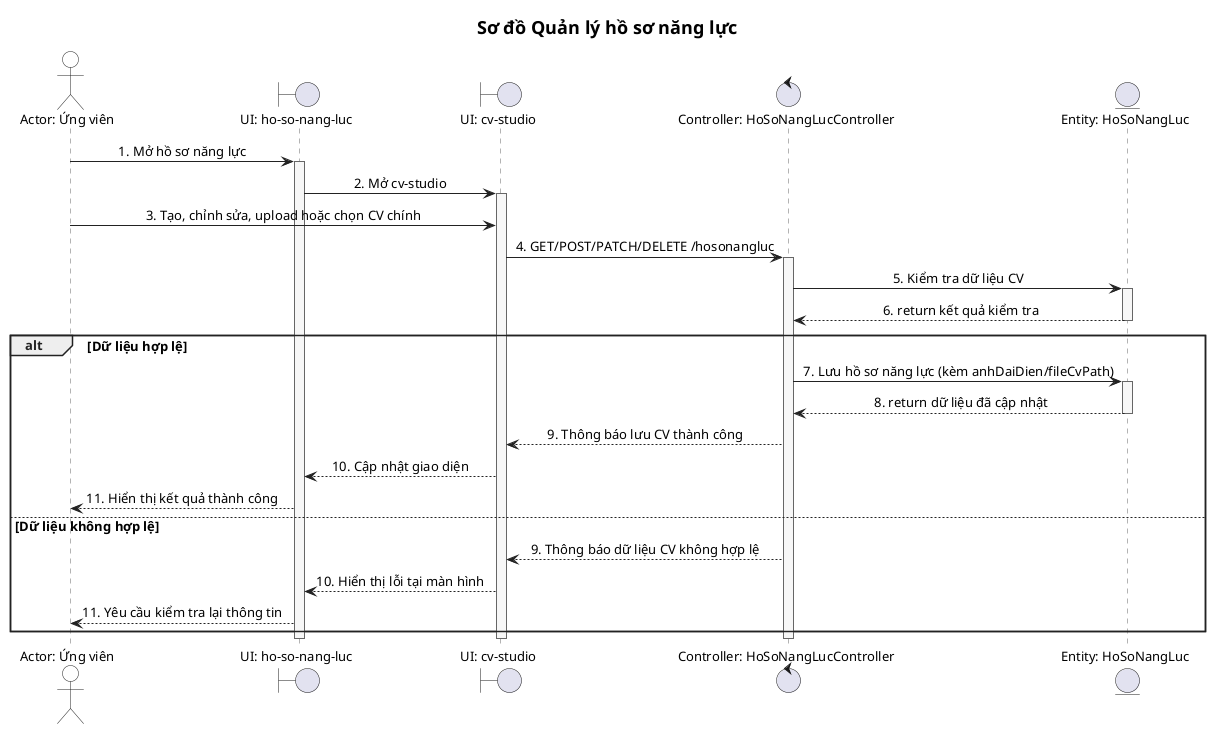
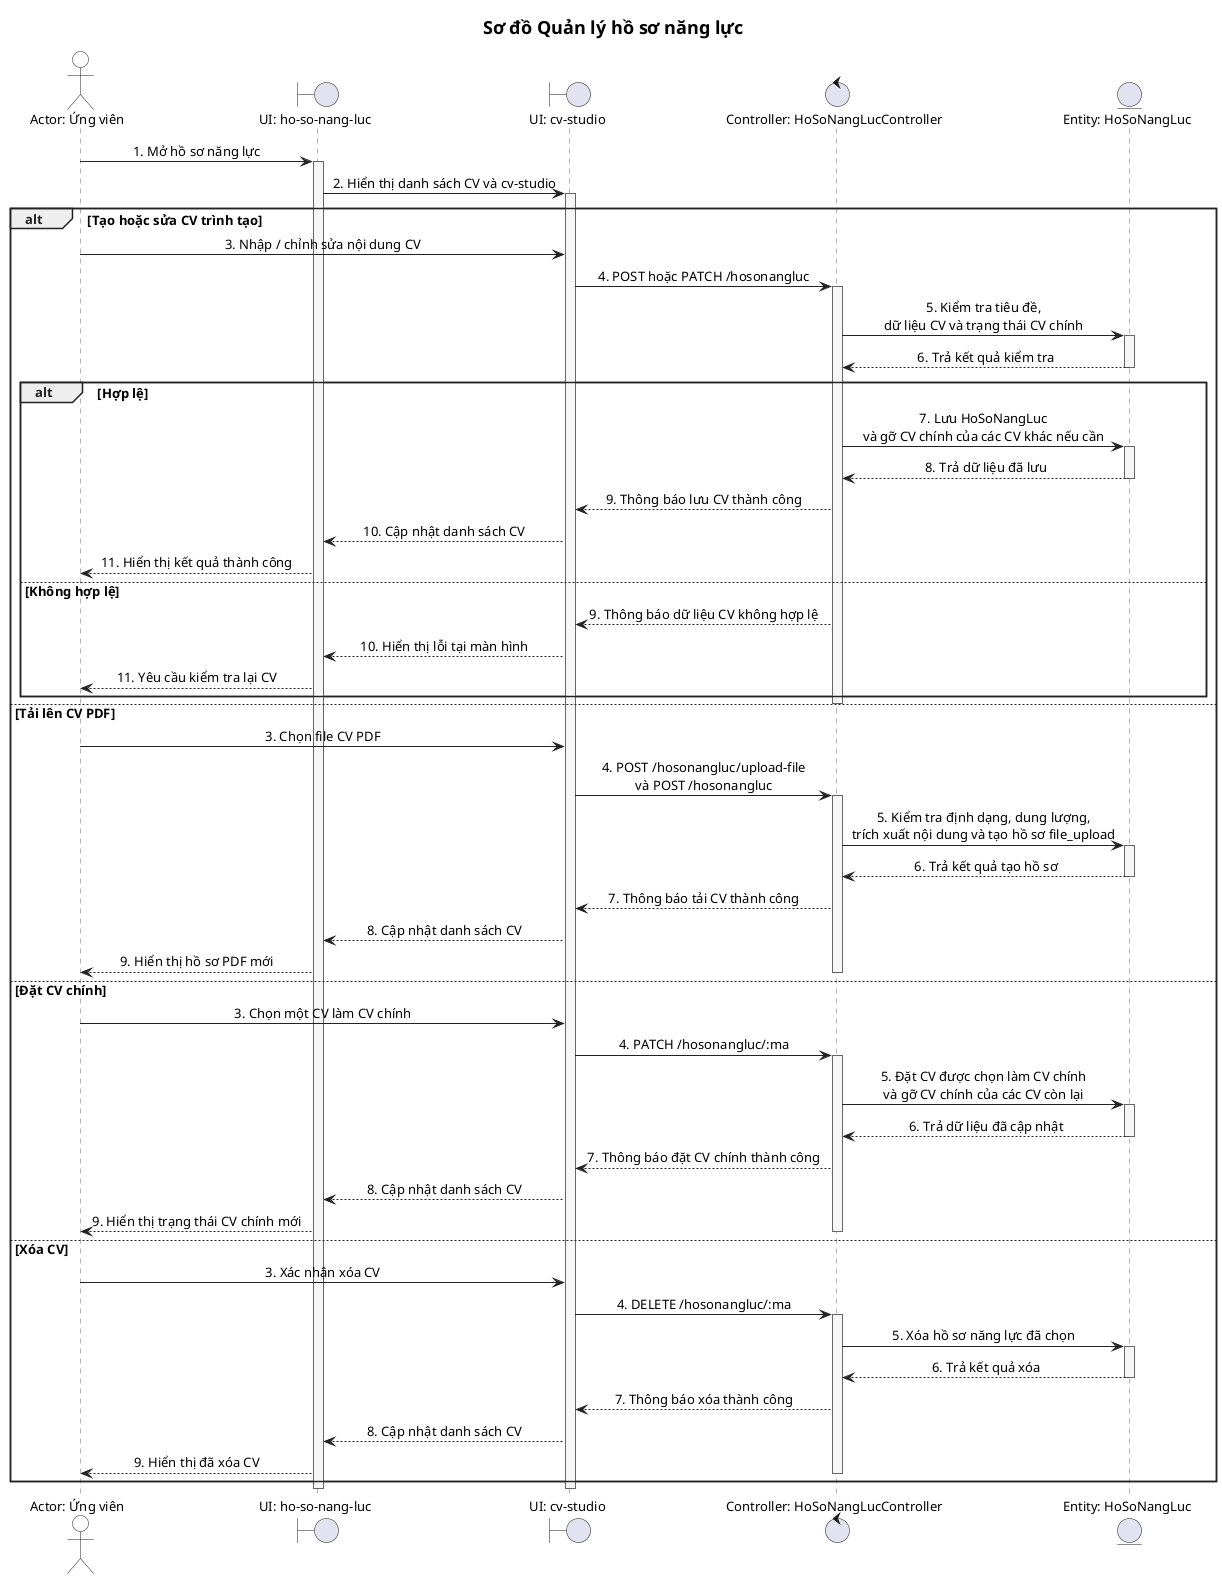
@startuml
skinparam defaultFontName "Segoe UI"
skinparam titleFontName "Segoe UI"
skinparam defaultFontSize 13
skinparam titleFontSize 18
skinparam shadowing false
skinparam linetype ortho
skinparam sequenceMessageAlign center
skinparam sequence {
  ArrowColor #222222
  LifeLineBorderColor #666666
  LifeLineBackgroundColor #F7F7F7
  ParticipantBorderColor #222222
  ParticipantBackgroundColor White
  ActorBorderColor #222222
  ActorBackgroundColor White
  BoxBorderColor #888888
  GroupBorderColor #222222
  GroupHeaderFontColor #222222
}
title Sơ đồ Quản lý hồ sơ năng lực

actor "Actor: Ứng viên" as Actor
boundary "UI: ho-so-nang-luc" as UI
- boundary "UI: cv-studio" as Form
+ boundary "UI: cv-studio" as Studio
control "Controller: HoSoNangLucController" as Controller
- entity "Entity: HoSoNangLuc" as MainEntity
+ entity "Entity: HoSoNangLuc" as HoSoNangLuc

Actor -> UI : 1. Mở hồ sơ năng lực
activate UI
- UI -> Form : 2. Mở cv-studio
- activate Form
- Actor -> Form : 3. Tạo, chỉnh sửa, upload hoặc chọn CV chính
- Form -> Controller : 4. GET/POST/PATCH/DELETE /hosonangluc
- activate Controller
- Controller -> MainEntity : 5. Kiểm tra dữ liệu CV
- activate MainEntity
- MainEntity --> Controller : 6. return kết quả kiểm tra
- deactivate MainEntity
+ UI -> Studio : 2. Hiển thị danh sách CV và cv-studio
+ activate Studio

- alt Dữ liệu hợp lệ
-   Controller -> MainEntity : 7. Lưu hồ sơ năng lực (kèm anhDaiDien/fileCvPath)
-   activate MainEntity
-   MainEntity --> Controller : 8. return dữ liệu đã cập nhật
-   deactivate MainEntity
-   Controller --> Form : 9. Thông báo lưu CV thành công
-   Form --> UI : 10. Cập nhật giao diện
-   UI --> Actor : 11. Hiển thị kết quả thành công
- else Dữ liệu không hợp lệ
-   Controller --> Form : 9. Thông báo dữ liệu CV không hợp lệ
-   Form --> UI : 10. Hiển thị lỗi tại màn hình
-   UI --> Actor : 11. Yêu cầu kiểm tra lại thông tin
+ alt Tạo hoặc sửa CV trình tạo
+   Actor -> Studio : 3. Nhập / chỉnh sửa nội dung CV
+   Studio -> Controller : 4. POST hoặc PATCH /hosonangluc
+   activate Controller
+   Controller -> HoSoNangLuc : 5. Kiểm tra tiêu đề,\ndữ liệu CV và trạng thái CV chính
+   activate HoSoNangLuc
+   HoSoNangLuc --> Controller : 6. Trả kết quả kiểm tra
+   deactivate HoSoNangLuc
+   alt Hợp lệ
+     Controller -> HoSoNangLuc : 7. Lưu HoSoNangLuc\nvà gỡ CV chính của các CV khác nếu cần
+     activate HoSoNangLuc
+     HoSoNangLuc --> Controller : 8. Trả dữ liệu đã lưu
+     deactivate HoSoNangLuc
+     Controller --> Studio : 9. Thông báo lưu CV thành công
+     Studio --> UI : 10. Cập nhật danh sách CV
+     UI --> Actor : 11. Hiển thị kết quả thành công
+   else Không hợp lệ
+     Controller --> Studio : 9. Thông báo dữ liệu CV không hợp lệ
+     Studio --> UI : 10. Hiển thị lỗi tại màn hình
+     UI --> Actor : 11. Yêu cầu kiểm tra lại CV
+   end
+   deactivate Controller
+ 
+ else Tải lên CV PDF
+   Actor -> Studio : 3. Chọn file CV PDF
+   Studio -> Controller : 4. POST /hosonangluc/upload-file\nvà POST /hosonangluc
+   activate Controller
+   Controller -> HoSoNangLuc : 5. Kiểm tra định dạng, dung lượng,\ntrích xuất nội dung và tạo hồ sơ file_upload
+   activate HoSoNangLuc
+   HoSoNangLuc --> Controller : 6. Trả kết quả tạo hồ sơ
+   deactivate HoSoNangLuc
+   Controller --> Studio : 7. Thông báo tải CV thành công
+   Studio --> UI : 8. Cập nhật danh sách CV
+   UI --> Actor : 9. Hiển thị hồ sơ PDF mới
+   deactivate Controller
+ 
+ else Đặt CV chính
+   Actor -> Studio : 3. Chọn một CV làm CV chính
+   Studio -> Controller : 4. PATCH /hosonangluc/:ma
+   activate Controller
+   Controller -> HoSoNangLuc : 5. Đặt CV được chọn làm CV chính\nvà gỡ CV chính của các CV còn lại
+   activate HoSoNangLuc
+   HoSoNangLuc --> Controller : 6. Trả dữ liệu đã cập nhật
+   deactivate HoSoNangLuc
+   Controller --> Studio : 7. Thông báo đặt CV chính thành công
+   Studio --> UI : 8. Cập nhật danh sách CV
+   UI --> Actor : 9. Hiển thị trạng thái CV chính mới
+   deactivate Controller
+ 
+ else Xóa CV
+   Actor -> Studio : 3. Xác nhận xóa CV
+   Studio -> Controller : 4. DELETE /hosonangluc/:ma
+   activate Controller
+   Controller -> HoSoNangLuc : 5. Xóa hồ sơ năng lực đã chọn
+   activate HoSoNangLuc
+   HoSoNangLuc --> Controller : 6. Trả kết quả xóa
+   deactivate HoSoNangLuc
+   Controller --> Studio : 7. Thông báo xóa thành công
+   Studio --> UI : 8. Cập nhật danh sách CV
+   UI --> Actor : 9. Hiển thị đã xóa CV
+   deactivate Controller
end
- deactivate Controller
- deactivate Form
+ 
+ deactivate Studio
deactivate UI
@enduml
